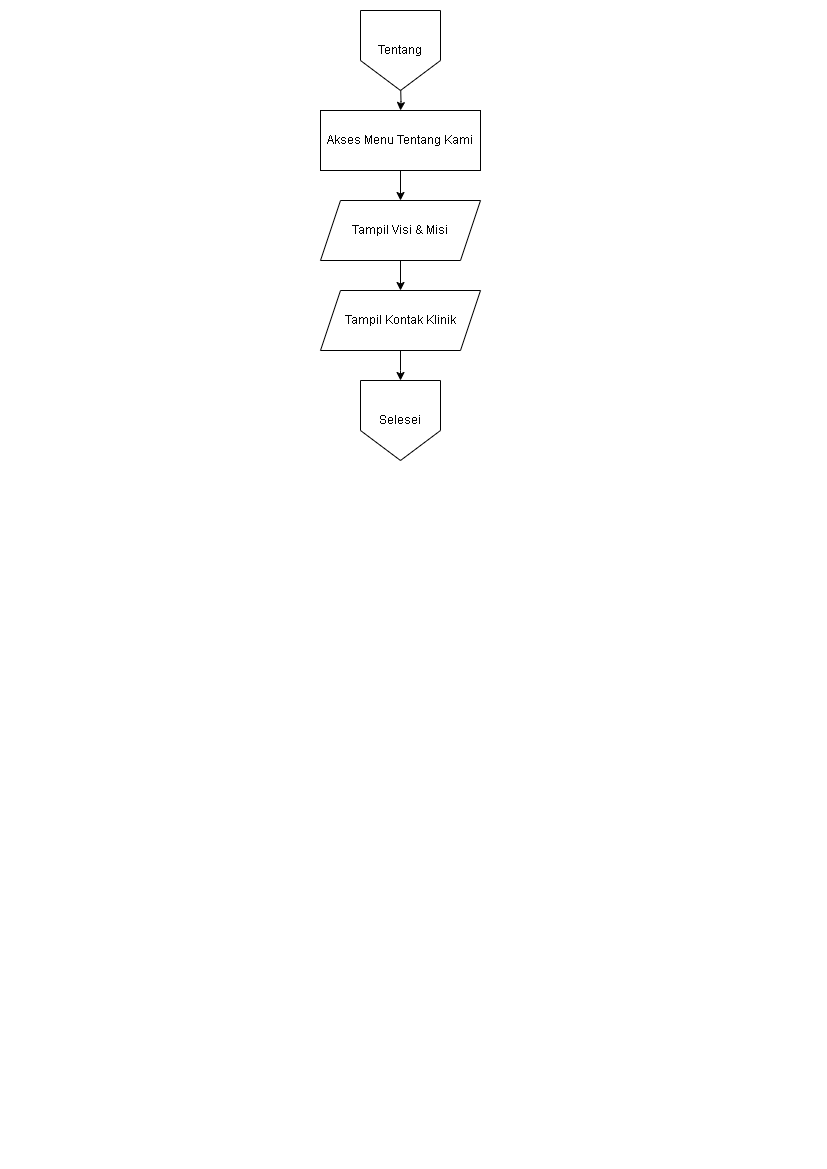
The draw.io diagram diagram/flowchart/tentang_kami.png in Jinsky/Jinsky, before a commit. Source tidied: cells renumbered, new cells last; positions are measured from the earlier drawing's top-left corner, leaving out a move shared by most shapes.
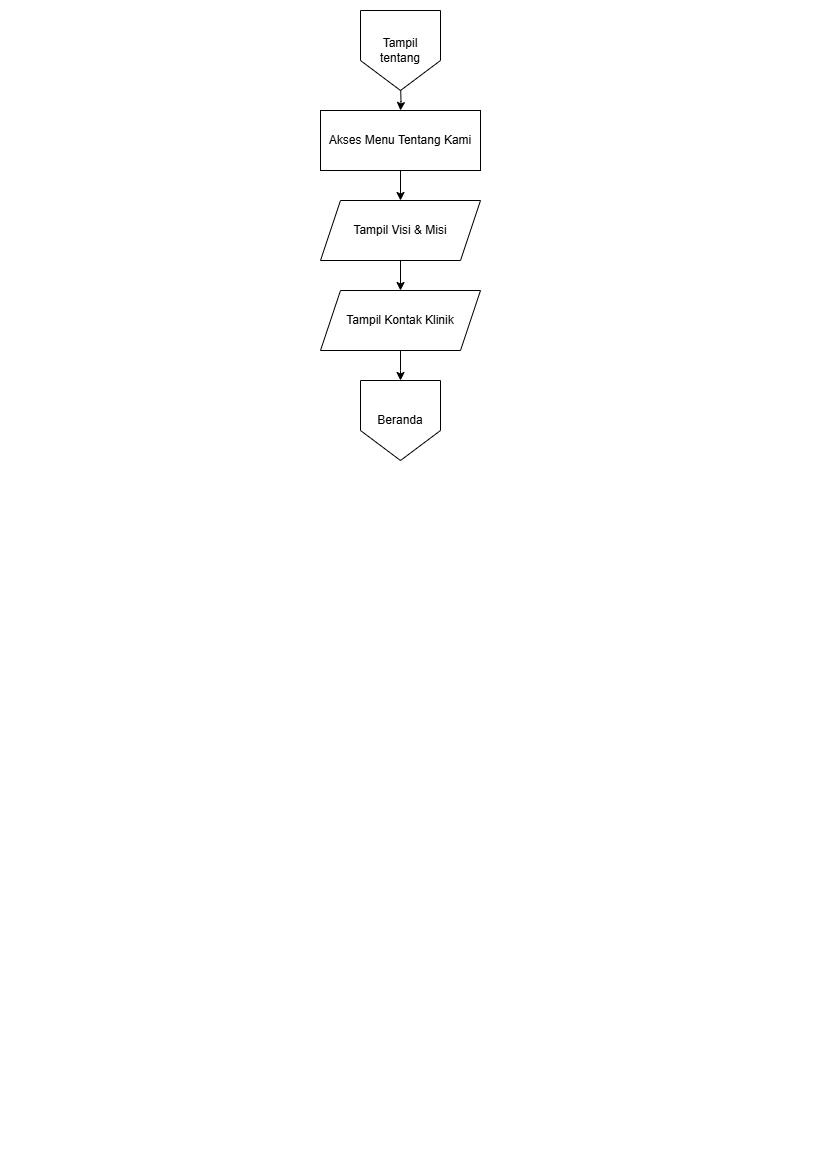
After the change.

Diff of the diagram source:
```diff
@@ -30,10 +30,10 @@
         <mxPoint x="400" y="380" as="targetPoint" />
       </mxGeometry>
     </mxCell>
-    <mxCell id="10" value="Tentang" style="shape=offPageConnector;whiteSpace=wrap;html=1;" parent="1" vertex="1">
+    <mxCell id="10" value="Tampil tentang" style="shape=offPageConnector;whiteSpace=wrap;html=1;" parent="1" vertex="1">
       <mxGeometry x="360" y="10" width="80" height="80" as="geometry" />
     </mxCell>
-    <mxCell id="11" value="Selesei" style="shape=offPageConnector;whiteSpace=wrap;html=1;" parent="1" vertex="1">
+    <mxCell id="11" value="Beranda" style="shape=offPageConnector;whiteSpace=wrap;html=1;" parent="1" vertex="1">
       <mxGeometry x="360" y="380" width="80" height="80" as="geometry" />
     </mxCell>
   </root>
```
